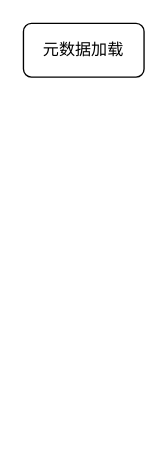
XiaoLiuAI/diagrams keeps this draw.io diagram as 友邦/总分计算.drawio. Above is the earlier version. Source tidied: cells renumbered, new cells numbered last; positions are measured from the earlier drawing's top-left corner, leaving out a move shared by most shapes. Both pictures are drawn from the tidied source at 134%, with x=0, y=0 at pixel (23, 23).
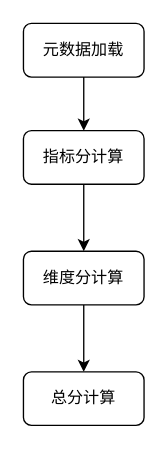
Above is the later version.

What changed in the source:
```diff
@@
 <mxGraphModel>
   <root>
     <mxCell id="0" />
     <mxCell id="1" parent="0" />
+    <mxCell id="3" style="edgeStyle=orthogonalEdgeStyle;rounded=0;jettySize=auto;html=1;" parent="1" edge="1" source="2" target="5">
+      <mxGeometry relative="1" as="geometry" />
+    </mxCell>
     <mxCell id="2" value="元数据加载" style="rounded=1;whiteSpace=wrap;html=1;" parent="1" vertex="1">
       <mxGeometry width="90" height="40" as="geometry" />
     </mxCell>
+    <mxCell id="4" style="edgeStyle=orthogonalEdgeStyle;rounded=0;jettySize=auto;html=1;" parent="1" edge="1" source="5" target="7">
+      <mxGeometry relative="1" as="geometry" />
+    </mxCell>
+    <mxCell id="5" value="指标分计算" style="rounded=1;whiteSpace=wrap;html=1;" parent="1" vertex="1">
+      <mxGeometry y="80" width="90" height="40" as="geometry" />
+    </mxCell>
+    <mxCell id="6" style="edgeStyle=orthogonalEdgeStyle;rounded=0;jettySize=auto;html=1;entryX=0.5;entryY=0;entryDx=0;entryDy=0;" parent="1" edge="1" source="7" target="8">
+      <mxGeometry relative="1" as="geometry" />
+    </mxCell>
+    <mxCell id="7" value="维度分计算" style="rounded=1;whiteSpace=wrap;html=1;" parent="1" vertex="1">
+      <mxGeometry y="170" width="90" height="40" as="geometry" />
+    </mxCell>
+    <mxCell id="8" value="总分计算" style="rounded=1;whiteSpace=wrap;html=1;" parent="1" vertex="1">
+      <mxGeometry y="260" width="90" height="40" as="geometry" />
+    </mxCell>
   </root>
 </mxGraphModel>
```
